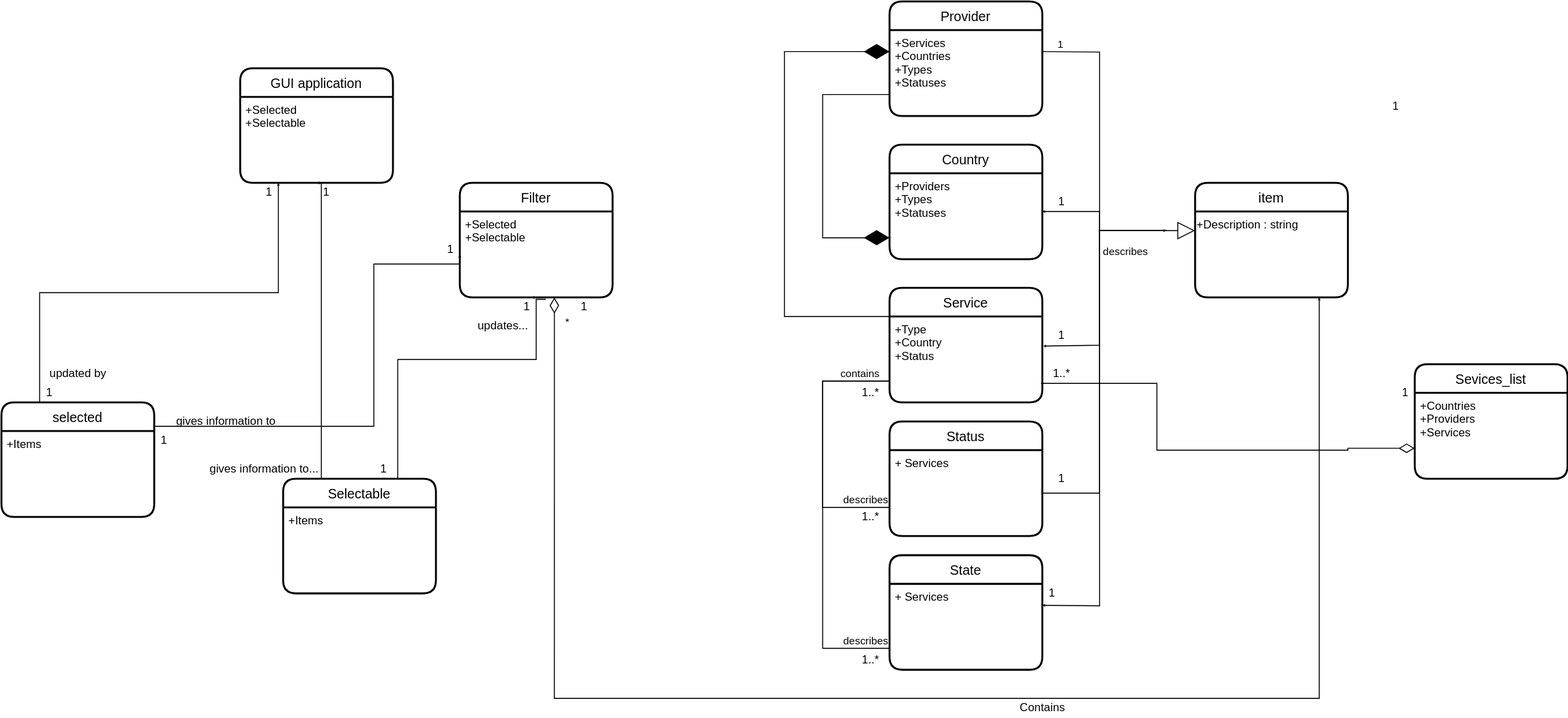
Earlier version of the draw.io export documentation/domain_model/Domain_diagram.svg (Geostartico/Trusted-list-browser). Source tidied: cells renumbered, new cells last; positions are measured from the earlier drawing's top-left corner, leaving out a move shared by most shapes.
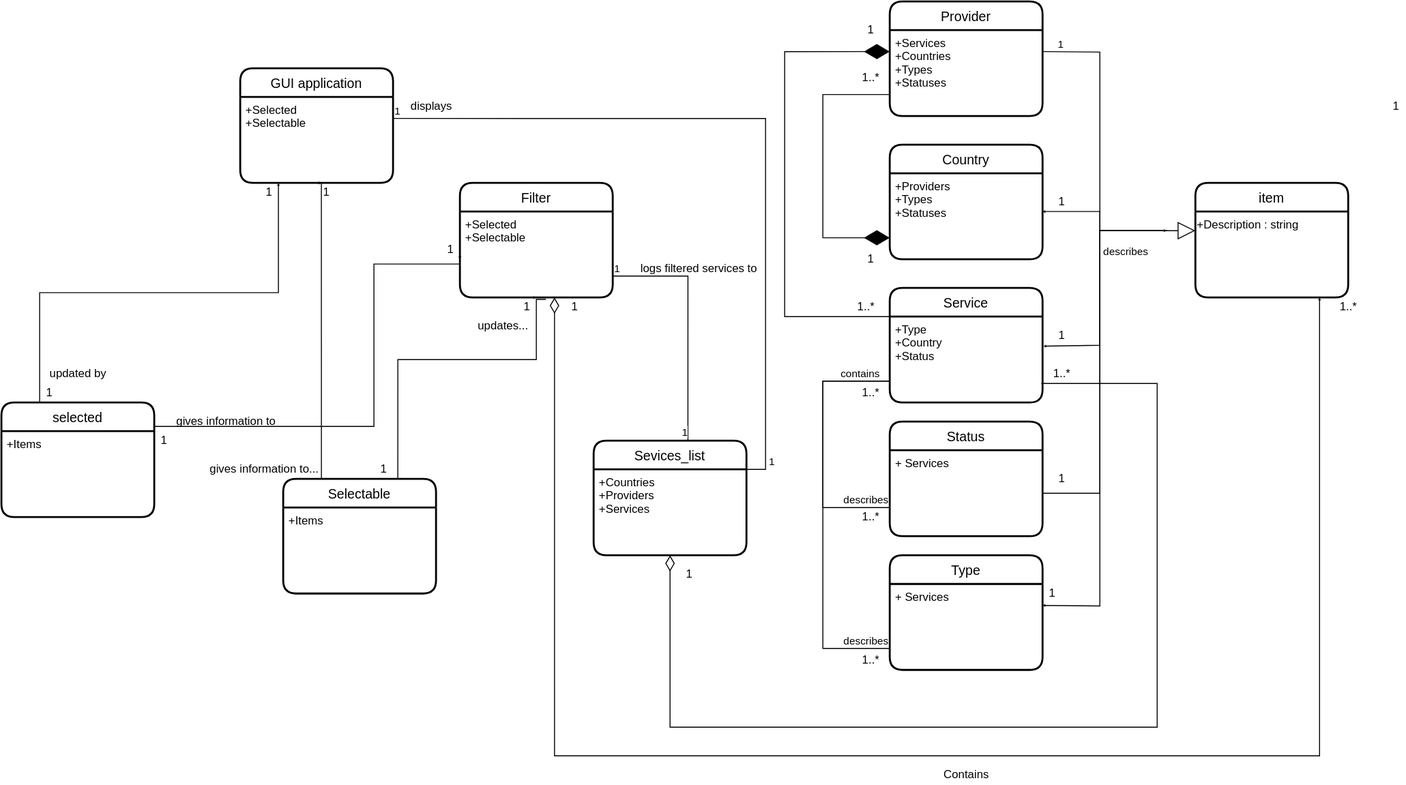
The same file after the commit.

Change to the diagram source:
```diff
@@ -26,12 +26,12 @@
     <mxCell id="9" value="+Selected&#10;+Selectable&#10;&#10;&#10;&#10;&#10;" style="align=left;strokeColor=none;fillColor=none;spacingLeft=4;fontSize=12;verticalAlign=top;" parent="8" vertex="1">
       <mxGeometry y="30" width="160" height="90" as="geometry" />
     </mxCell>
-    <mxCell id="10" value="*" style="html=1;endSize=0;startArrow=diamondThin;startSize=14;startFill=0;align=left;verticalAlign=bottom;rounded=0;entryX=0.619;entryY=1;entryDx=0;entryDy=0;entryPerimeter=0;edgeStyle=orthogonalEdgeStyle;exitX=0.619;exitY=1;exitDx=0;exitDy=0;exitPerimeter=0;" parent="8" edge="1" source="9">
-      <mxGeometry x="-0.96" y="10" relative="1" as="geometry">
+    <mxCell id="10" style="html=1;endSize=0;startArrow=diamondThin;startSize=14;startFill=0;align=left;verticalAlign=bottom;rounded=0;entryX=0.619;entryY=1;entryDx=0;entryDy=0;entryPerimeter=0;edgeStyle=orthogonalEdgeStyle;exitX=0.619;exitY=1;exitDx=0;exitDy=0;exitPerimeter=0;" parent="8" edge="1" source="9">
+      <mxGeometry x="-0.16" y="230" relative="1" as="geometry">
         <mxPoint x="900" y="120" as="targetPoint" />
         <Array as="points">
-          <mxPoint x="99" y="540" />
-          <mxPoint x="900" y="540" />
+          <mxPoint x="99" y="600" />
+          <mxPoint x="900" y="600" />
         </Array>
       </mxGeometry>
     </mxCell>
@@ -104,7 +104,7 @@
       <mxGeometry x="1100" y="490" width="20" height="20" as="geometry" />
     </mxCell>
     <mxCell id="28" value="Contains" style="text;html=1;align=center;verticalAlign=middle;strokeColor=none;fillColor=none;" parent="1" vertex="1">
-      <mxGeometry x="1060" y="730" width="60" height="20" as="geometry" />
+      <mxGeometry x="980" y="800" width="60" height="20" as="geometry" />
     </mxCell>
     <mxCell id="29" style="edgeStyle=orthogonalEdgeStyle;rounded=0;jettySize=auto;html=1;exitX=1;exitY=0.5;exitDx=0;exitDy=0;entryX=0;entryY=0.5;entryDx=0;entryDy=0;endSize=0;" parent="1" edge="1" source="15" target="9">
       <mxGeometry relative="1" as="geometry">
@@ -124,7 +124,7 @@
       <mxGeometry x="40" y="400" width="20" height="20" as="geometry" />
     </mxCell>
     <mxCell id="33" value="1" style="text;html=1;align=center;verticalAlign=middle;strokeColor=none;fillColor=none;" parent="1" vertex="1">
-      <mxGeometry x="600" y="310" width="20" height="20" as="geometry" />
+      <mxGeometry x="590" y="310" width="20" height="20" as="geometry" />
     </mxCell>
     <mxCell id="34" value="1" style="text;html=1;align=center;verticalAlign=middle;strokeColor=none;fillColor=none;" parent="1" vertex="1">
       <mxGeometry x="390" y="480" width="20" height="20" as="geometry" />
@@ -145,12 +145,12 @@
       <mxGeometry x="1450" y="100" width="20" height="20" as="geometry" />
     </mxCell>
     <mxCell id="40" value="Sevices_list" style="swimlane;horizontal=1;startSize=30;rounded=1;fontSize=14;fontStyle=0;strokeWidth=2;shadow=0;dashed=0;align=center;" parent="1" vertex="1">
-      <mxGeometry x="1480" y="380" width="160" height="120" as="geometry" />
+      <mxGeometry x="620" y="460" width="160" height="120" as="geometry" />
     </mxCell>
     <mxCell id="41" value="+Countries&#10;+Providers&#10;+Services&#10;" style="align=left;strokeColor=none;fillColor=none;spacingLeft=4;fontSize=12;verticalAlign=top;" parent="40" vertex="1">
       <mxGeometry y="30" width="160" height="90" as="geometry" />
     </mxCell>
-    <mxCell id="42" value="State" style="swimlane;horizontal=1;startSize=30;rounded=1;fontSize=14;fontStyle=0;strokeWidth=2;shadow=0;dashed=0;align=center;" parent="1" vertex="1">
+    <mxCell id="42" value="Type" style="swimlane;horizontal=1;startSize=30;rounded=1;fontSize=14;fontStyle=0;strokeWidth=2;shadow=0;dashed=0;align=center;" parent="1" vertex="1">
       <mxGeometry x="930" y="580" width="160" height="120" as="geometry" />
     </mxCell>
     <mxCell id="43" value="+ Services&#10;" style="align=left;strokeColor=none;fillColor=none;spacingLeft=4;fontSize=12;verticalAlign=top;" parent="42" vertex="1">
@@ -162,9 +162,8 @@
     <mxCell id="45" style="html=1;endSize=0;startArrow=diamondThin;startSize=14;startFill=0;align=left;verticalAlign=bottom;rounded=0;entryX=1;entryY=0.75;entryDx=0;entryDy=0;edgeStyle=orthogonalEdgeStyle;" parent="1" edge="1" source="41" target="7">
       <mxGeometry relative="1" as="geometry">
         <Array as="points">
-          <mxPoint x="1410" y="468" />
-          <mxPoint x="1410" y="470" />
-          <mxPoint x="1210" y="470" />
+          <mxPoint x="700" y="760" />
+          <mxPoint x="1210" y="760" />
           <mxPoint x="1210" y="400" />
           <mxPoint x="1090" y="400" />
         </Array>
@@ -174,7 +173,7 @@
       <mxGeometry x="1095" y="380" width="30" height="20" as="geometry" />
     </mxCell>
     <mxCell id="47" value="1" style="text;html=1;align=center;verticalAlign=middle;strokeColor=none;fillColor=none;" parent="1" vertex="1">
-      <mxGeometry x="1460" y="400" width="20" height="20" as="geometry" />
+      <mxGeometry x="710" y="590" width="20" height="20" as="geometry" />
     </mxCell>
     <mxCell id="48" style="endSize=0;endFill=0;html=1;rounded=0;sourcePerimeterSpacing=8;targetPerimeterSpacing=8;curved=0;rounded=0;jettySize=auto;html=1;entryX=1;entryY=0.25;entryDx=0;entryDy=0;" parent="1" edge="1" target="43">
       <mxGeometry relative="1" as="geometry">
@@ -289,5 +288,51 @@
     <mxCell id="67" value="1..*" style="text;html=1;align=center;verticalAlign=middle;strokeColor=none;fillColor=none;" parent="1" vertex="1">
       <mxGeometry x="895" y="680" width="30" height="20" as="geometry" />
     </mxCell>
+    <mxCell id="68" value="1" style="text;html=1;align=center;verticalAlign=middle;strokeColor=none;fillColor=none;" parent="1" vertex="1">
+      <mxGeometry x="900" y="20" width="20" height="20" as="geometry" />
+    </mxCell>
+    <mxCell id="69" value="1..*" style="text;html=1;align=center;verticalAlign=middle;strokeColor=none;fillColor=none;" parent="1" vertex="1">
+      <mxGeometry x="890" y="310" width="30" height="20" as="geometry" />
+    </mxCell>
+    <mxCell id="70" value="1..*" style="text;html=1;align=center;verticalAlign=middle;strokeColor=none;fillColor=none;" parent="1" vertex="1">
+      <mxGeometry x="895" y="70" width="30" height="20" as="geometry" />
+    </mxCell>
+    <mxCell id="71" value="1" style="text;html=1;align=center;verticalAlign=middle;strokeColor=none;fillColor=none;" parent="1" vertex="1">
+      <mxGeometry x="900" y="260" width="20" height="20" as="geometry" />
+    </mxCell>
+    <mxCell id="72" style="endArrow=none;html=1;edgeStyle=orthogonalEdgeStyle;rounded=0;exitX=1;exitY=0.75;exitDx=0;exitDy=0;entryX=0.617;entryY=-0.002;entryDx=0;entryDy=0;entryPerimeter=0;" parent="1" edge="1" source="9" target="40">
+      <mxGeometry relative="1" as="geometry" />
+    </mxCell>
+    <mxCell id="73" value="1" style="edgeLabel;html=1;align=left;verticalAlign=bottom;" parent="72" vertex="1">
+      <mxGeometry x="-1" relative="1" as="geometry" />
+    </mxCell>
+    <mxCell id="74" value="1" style="edgeLabel;html=1;align=right;verticalAlign=bottom;" parent="72" vertex="1">
+      <mxGeometry x="1" relative="1" as="geometry" />
+    </mxCell>
+    <mxCell id="75" value="1..*" style="text;html=1;align=center;verticalAlign=middle;strokeColor=none;fillColor=none;" parent="1" vertex="1">
+      <mxGeometry x="1395" y="310" width="30" height="20" as="geometry" />
+    </mxCell>
+    <mxCell id="76" value="logs filtered services to" style="text;html=1;align=center;verticalAlign=middle;strokeColor=none;fillColor=none;" parent="1" vertex="1">
+      <mxGeometry x="660" y="270" width="140" height="20" as="geometry" />
+    </mxCell>
+    <mxCell id="77" style="endArrow=none;html=1;edgeStyle=orthogonalEdgeStyle;rounded=0;exitX=1;exitY=0.25;exitDx=0;exitDy=0;entryX=1;entryY=0;entryDx=0;entryDy=0;" parent="1" edge="1" source="17" target="41">
+      <mxGeometry relative="1" as="geometry">
+        <Array as="points">
+          <mxPoint x="800" y="123" />
+          <mxPoint x="800" y="490" />
+        </Array>
+      </mxGeometry>
+    </mxCell>
+    <mxCell id="78" value="1" style="edgeLabel;html=1;align=left;verticalAlign=bottom;" parent="77" vertex="1">
+      <mxGeometry x="-1" relative="1" as="geometry" />
+    </mxCell>
+    <mxCell id="79" value="1" style="edgeLabel;html=1;align=right;verticalAlign=bottom;" parent="77" vertex="1">
+      <mxGeometry x="1" relative="1" as="geometry">
+        <mxPoint x="30" as="offset" />
+      </mxGeometry>
+    </mxCell>
+    <mxCell id="80" value="displays" style="text;html=1;align=center;verticalAlign=middle;strokeColor=none;fillColor=none;" parent="1" vertex="1">
+      <mxGeometry x="420" y="100" width="60" height="20" as="geometry" />
+    </mxCell>
   </root>
 </mxGraphModel>
```
